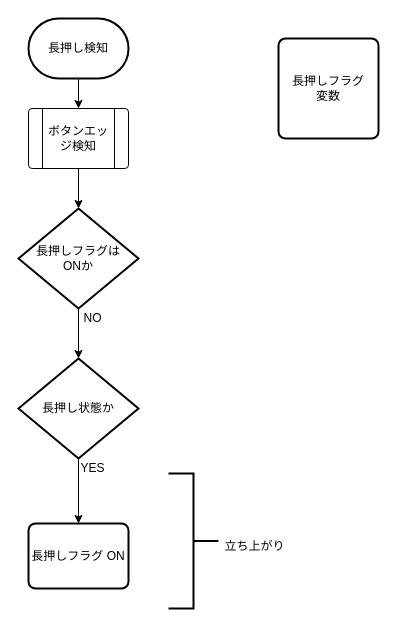
Earlier version of the draw.io diagram page "長押し検知" (4 of 6) of 資料/設計/フローチャート/InputClass/flowchart_InputClassv0.2.drawio (hakohumi/comp.Kitchen_Timer). Source tidied: cells renumbered, new cells numbered last; positions are measured from the earlier drawing's top-left corner, leaving out a move shared by most shapes. Both pictures are drawn from the tidied source at 100%, with x=0, y=0 at pixel (18, 18).
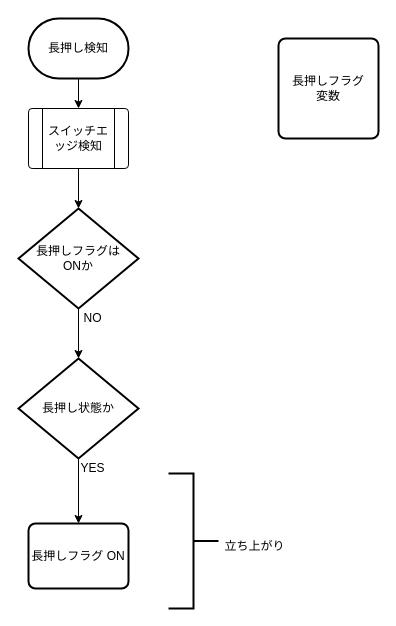
After the change.

What changed in the source:
```diff
@@
 <mxGraphModel>
   <root>
     <mxCell id="0" />
     <mxCell id="1" parent="0" />
     <mxCell id="2" style="edgeStyle=orthogonalEdgeStyle;rounded=0;jettySize=auto;html=1;" parent="1" edge="1" source="3" target="7">
       <mxGeometry relative="1" as="geometry" />
     </mxCell>
     <mxCell id="3" value="長押し検知" style="strokeWidth=2;html=1;shape=mxgraph.flowchart.terminator;whiteSpace=wrap;" parent="1" vertex="1">
       <mxGeometry x="10" width="100" height="60" as="geometry" />
     </mxCell>
     <mxCell id="4" style="edgeStyle=orthogonalEdgeStyle;rounded=0;jettySize=auto;html=1;" parent="1" edge="1" source="5" target="10">
       <mxGeometry relative="1" as="geometry" />
     </mxCell>
     <mxCell id="5" value="長押しフラグは&lt;br&gt;ONか" style="strokeWidth=2;html=1;shape=mxgraph.flowchart.decision;whiteSpace=wrap;" parent="1" vertex="1">
       <mxGeometry y="190" width="120" height="100" as="geometry" />
     </mxCell>
     <mxCell id="6" style="edgeStyle=orthogonalEdgeStyle;rounded=0;jettySize=auto;html=1;" parent="1" edge="1" source="7" target="5">
       <mxGeometry relative="1" as="geometry" />
     </mxCell>
-    <mxCell id="7" value="ボタンエッジ検知" style="verticalLabelPosition=middle;verticalAlign=middle;html=1;shape=process;whiteSpace=wrap;rounded=1;size=0.14;arcSize=6;labelPosition=center;align=center;" parent="1" vertex="1">
+    <mxCell id="7" value="スイッチエッジ検知" style="verticalLabelPosition=middle;verticalAlign=middle;html=1;shape=process;whiteSpace=wrap;rounded=1;size=0.14;arcSize=6;labelPosition=center;align=center;" parent="1" vertex="1">
       <mxGeometry x="10" y="90" width="100" height="60" as="geometry" />
     </mxCell>
     <mxCell id="8" value="長押しフラグ&lt;br&gt;変数" style="rounded=1;whiteSpace=wrap;html=1;absoluteArcSize=1;arcSize=14;strokeWidth=2;" parent="1" vertex="1">
       <mxGeometry x="260" y="20" width="100" height="100" as="geometry" />
     </mxCell>
     <mxCell id="9" style="edgeStyle=orthogonalEdgeStyle;rounded=0;jettySize=auto;html=1;" parent="1" edge="1" source="10" target="12">
       <mxGeometry relative="1" as="geometry" />
     </mxCell>
     <mxCell id="10" value="長押し状態か" style="strokeWidth=2;html=1;shape=mxgraph.flowchart.decision;whiteSpace=wrap;" parent="1" vertex="1">
       <mxGeometry y="340" width="120" height="100" as="geometry" />
     </mxCell>
     <mxCell id="11" value="NO" style="text;html=1;align=center;verticalAlign=middle;" parent="1" vertex="1">
       <mxGeometry x="59" y="290" width="30" height="20" as="geometry" />
     </mxCell>
     <mxCell id="12" value="長押しフラグ ON" style="rounded=1;whiteSpace=wrap;html=1;absoluteArcSize=1;arcSize=14;strokeWidth=2;" parent="1" vertex="1">
       <mxGeometry x="10" y="505" width="100" height="65" as="geometry" />
     </mxCell>
     <mxCell id="13" value="YES" style="text;html=1;align=center;verticalAlign=middle;" parent="1" vertex="1">
       <mxGeometry x="54" y="440" width="40" height="20" as="geometry" />
     </mxCell>
     <mxCell id="14" style="strokeWidth=2;html=1;shape=mxgraph.flowchart.annotation_2;align=left;labelPosition=right;rotation=-180;" parent="1" vertex="1">
       <mxGeometry x="150" y="455" width="50" height="135" as="geometry" />
     </mxCell>
     <mxCell id="15" value="立ち上がり" style="text;html=1;align=center;verticalAlign=middle;" parent="1" vertex="1">
       <mxGeometry x="196" y="518" width="80" height="20" as="geometry" />
     </mxCell>
   </root>
 </mxGraphModel>
```
